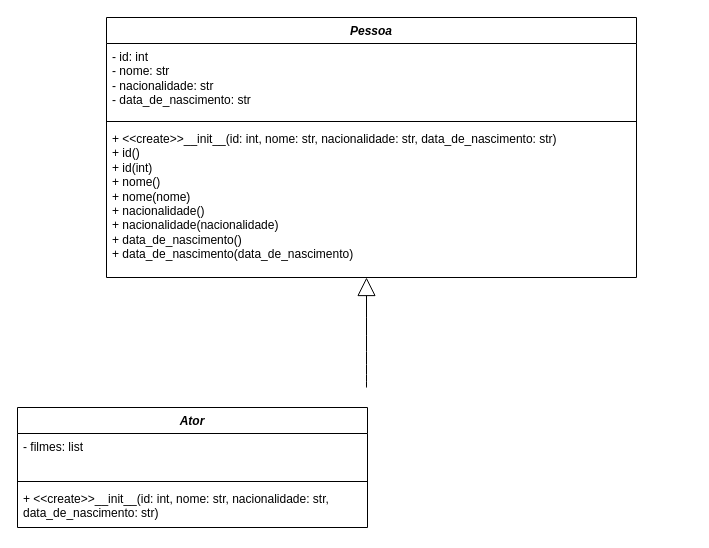
Above: TrabalhoOscar.drawio in sofiadama/trabalho-oscar (draw.io), before the change. Source tidied: cells renumbered, new cells numbered last; positions are measured from the earlier drawing's top-left corner, leaving out a move shared by most shapes. Both pictures are drawn from the tidied source at 100%, with x=0, y=0 at pixel (17, 17).
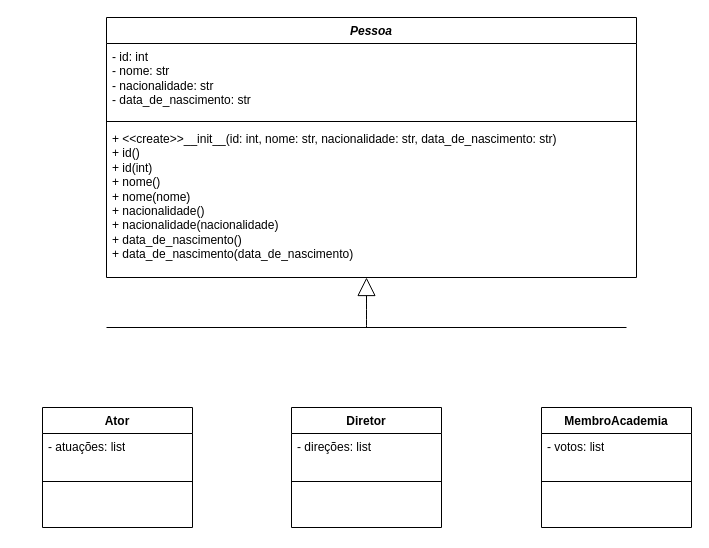
After the change.

The edit, as a diff of the source:
```diff
@@
     <mxCell id="6" style="endArrow=block;endSize=16;endFill=0;html=1;rounded=0;fontSize=12;curved=1;" parent="1" edge="1">
       <mxGeometry relative="1" as="geometry">
-        <mxPoint x="349" y="370" as="sourcePoint" />
+        <mxPoint x="349" y="310" as="sourcePoint" />
         <mxPoint x="349" y="260" as="targetPoint" />
+        <Array as="points">
+          <mxPoint x="349" y="310" />
+        </Array>
       </mxGeometry>
     </mxCell>
-    <mxCell id="7" value="&lt;i&gt;Ator&lt;/i&gt;" style="swimlane;fontStyle=1;align=center;verticalAlign=top;horizontal=1;startSize=26;whiteSpace=wrap;html=1;" parent="1" vertex="1">
-      <mxGeometry y="390" width="350" height="120" as="geometry" />
+    <mxCell id="7" value="Ator" style="swimlane;fontStyle=1;align=center;verticalAlign=top;horizontal=1;startSize=26;whiteSpace=wrap;html=1;" parent="1" vertex="1">
+      <mxGeometry x="25" y="390" width="150" height="120" as="geometry" />
     </mxCell>
-    <mxCell id="8" value="&lt;span style=&quot;background-color: transparent; color: light-dark(rgb(0, 0, 0), rgb(255, 255, 255));&quot;&gt;- filmes: list&lt;/span&gt;" style="text;strokeColor=none;fillColor=none;align=left;verticalAlign=top;spacingLeft=4;spacingRight=4;overflow=hidden;whiteSpace=wrap;html=1;" parent="7" vertex="1">
-      <mxGeometry y="26" width="350" height="44" as="geometry" />
+    <mxCell id="8" value="&lt;span style=&quot;background-color: transparent; color: light-dark(rgb(0, 0, 0), rgb(255, 255, 255));&quot;&gt;- atuações: list&lt;/span&gt;" style="text;strokeColor=none;fillColor=none;align=left;verticalAlign=top;spacingLeft=4;spacingRight=4;overflow=hidden;whiteSpace=wrap;html=1;" parent="7" vertex="1">
+      <mxGeometry y="26" width="150" height="44" as="geometry" />
     </mxCell>
     <mxCell id="9" style="line;strokeWidth=1;fillColor=none;align=left;verticalAlign=middle;spacingTop=-1;spacingLeft=3;spacingRight=3;labelPosition=right;strokeColor=inherit;" parent="7" vertex="1">
-      <mxGeometry y="70" width="350" height="8" as="geometry" />
+      <mxGeometry y="70" width="150" height="8" as="geometry" />
     </mxCell>
-    <mxCell id="10" value="&lt;div&gt;+ &amp;lt;&amp;lt;create&amp;gt;&amp;gt;__init__(id: int, nome: str, nacionalidade: str, data_de_nascimento: str)&lt;/div&gt;&lt;div&gt;&lt;br&gt;&lt;/div&gt;" style="text;strokeColor=none;fillColor=none;align=left;verticalAlign=top;spacingLeft=4;spacingRight=4;overflow=hidden;whiteSpace=wrap;html=1;" parent="7" vertex="1">
-      <mxGeometry y="78" width="350" height="42" as="geometry" />
+    <mxCell id="10" value="&lt;div&gt;&lt;br&gt;&lt;/div&gt;" style="text;strokeColor=none;fillColor=none;align=left;verticalAlign=top;spacingLeft=4;spacingRight=4;overflow=hidden;whiteSpace=wrap;html=1;" parent="7" vertex="1">
+      <mxGeometry y="78" width="150" height="42" as="geometry" />
     </mxCell>
+    <mxCell id="11" value="MembroAcademia" style="swimlane;fontStyle=1;align=center;verticalAlign=top;horizontal=1;startSize=26;whiteSpace=wrap;html=1;" parent="1" vertex="1">
+      <mxGeometry x="524" y="390" width="150" height="120" as="geometry" />
+    </mxCell>
+    <mxCell id="12" value="&lt;span style=&quot;background-color: transparent; color: light-dark(rgb(0, 0, 0), rgb(255, 255, 255));&quot;&gt;- votos: list&lt;/span&gt;" style="text;strokeColor=none;fillColor=none;align=left;verticalAlign=top;spacingLeft=4;spacingRight=4;overflow=hidden;whiteSpace=wrap;html=1;" parent="11" vertex="1">
+      <mxGeometry y="26" width="150" height="44" as="geometry" />
+    </mxCell>
+    <mxCell id="13" style="line;strokeWidth=1;fillColor=none;align=left;verticalAlign=middle;spacingTop=-1;spacingLeft=3;spacingRight=3;labelPosition=right;strokeColor=inherit;" parent="11" vertex="1">
+      <mxGeometry y="70" width="150" height="8" as="geometry" />
+    </mxCell>
+    <mxCell id="14" value="&lt;div&gt;&lt;br&gt;&lt;/div&gt;" style="text;strokeColor=none;fillColor=none;align=left;verticalAlign=top;spacingLeft=4;spacingRight=4;overflow=hidden;whiteSpace=wrap;html=1;" parent="11" vertex="1">
+      <mxGeometry y="78" width="150" height="42" as="geometry" />
+    </mxCell>
+    <mxCell id="15" value="Diretor" style="swimlane;fontStyle=1;align=center;verticalAlign=top;horizontal=1;startSize=26;whiteSpace=wrap;html=1;" parent="1" vertex="1">
+      <mxGeometry x="274" y="390" width="150" height="120" as="geometry" />
+    </mxCell>
+    <mxCell id="16" value="&lt;span style=&quot;background-color: transparent; color: light-dark(rgb(0, 0, 0), rgb(255, 255, 255));&quot;&gt;- direções: list&lt;/span&gt;" style="text;strokeColor=none;fillColor=none;align=left;verticalAlign=top;spacingLeft=4;spacingRight=4;overflow=hidden;whiteSpace=wrap;html=1;" parent="15" vertex="1">
+      <mxGeometry y="26" width="150" height="44" as="geometry" />
+    </mxCell>
+    <mxCell id="17" style="line;strokeWidth=1;fillColor=none;align=left;verticalAlign=middle;spacingTop=-1;spacingLeft=3;spacingRight=3;labelPosition=right;strokeColor=inherit;" parent="15" vertex="1">
+      <mxGeometry y="70" width="150" height="8" as="geometry" />
+    </mxCell>
+    <mxCell id="18" value="&lt;div&gt;&lt;br&gt;&lt;/div&gt;" style="text;strokeColor=none;fillColor=none;align=left;verticalAlign=top;spacingLeft=4;spacingRight=4;overflow=hidden;whiteSpace=wrap;html=1;" parent="15" vertex="1">
+      <mxGeometry y="78" width="150" height="42" as="geometry" />
+    </mxCell>
+    <mxCell id="19" style="endArrow=none;html=1;rounded=0;fontSize=12;startSize=8;endSize=8;" parent="1" edge="1">
+      <mxGeometry relative="1" as="geometry">
+        <mxPoint x="89" y="310" as="sourcePoint" />
+        <mxPoint x="609" y="310" as="targetPoint" />
+      </mxGeometry>
+    </mxCell>
```
